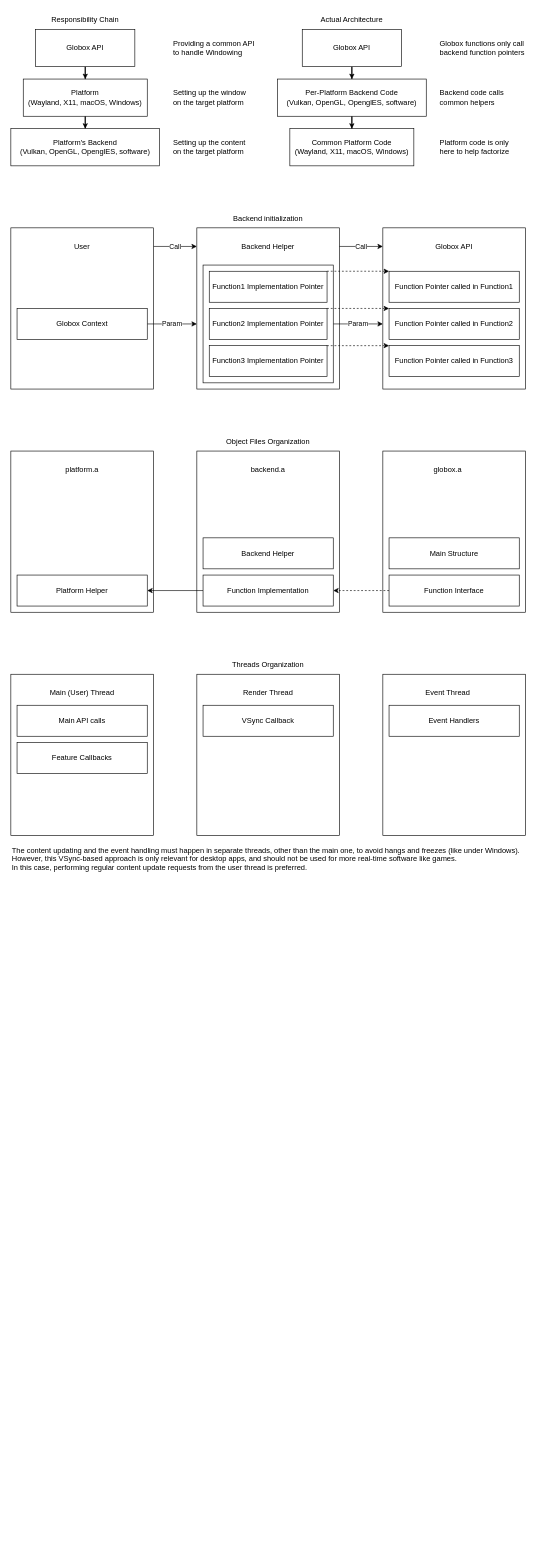
nullgemm/globuf keeps this draw.io diagram as doc/globox_design.drawio. Above is the earlier version. Source tidied: cells renumbered, new cells numbered last; positions are measured from the earlier drawing's top-left corner, leaving out a move shared by most shapes. Both pictures are drawn from the tidied source at 62%, with x=0, y=0 at pixel (11, 11).
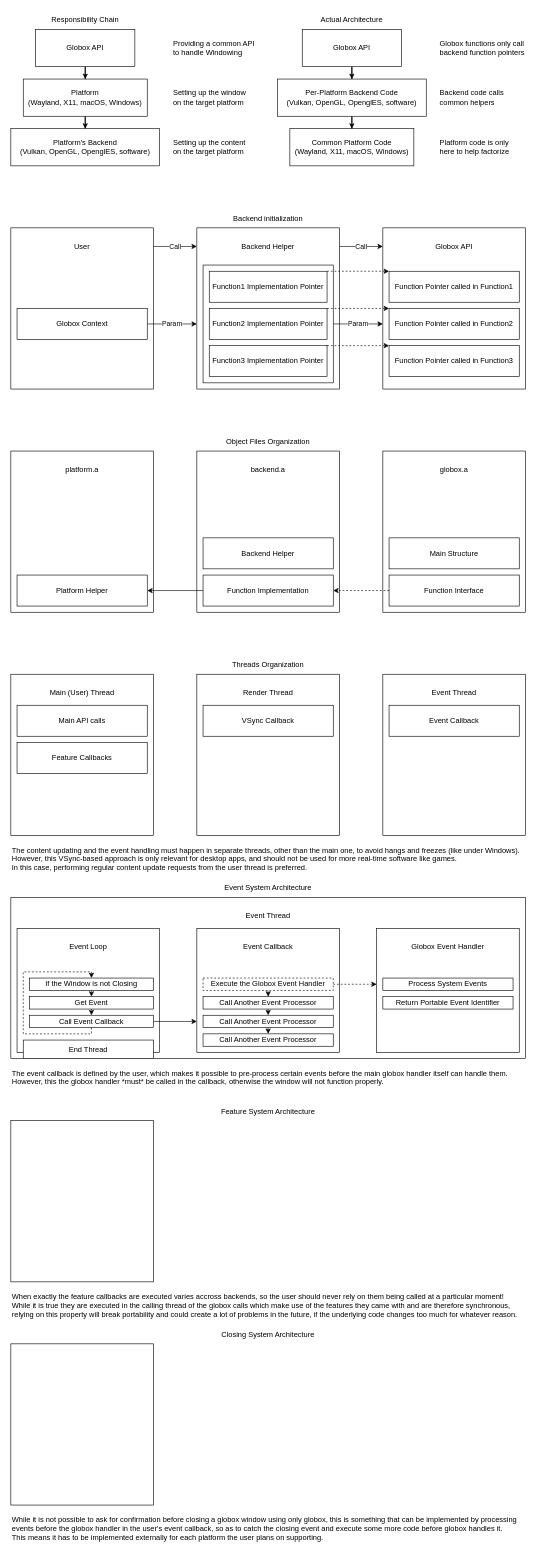
The same diagram, later.

The edit, as a diff of the source:
```diff
@@
     <mxCell id="48" value="globox.a" style="text;html=1;strokeColor=none;fillColor=none;align=center;verticalAlign=middle;whiteSpace=wrap;rounded=0;" parent="1" vertex="1">
-      <mxGeometry x="600" y="720" width="210" height="40" as="geometry" />
+      <mxGeometry x="610" y="720" width="210" height="40" as="geometry" />
     </mxCell>
@@
     <mxCell id="62" value="Event Thread" style="text;html=1;strokeColor=none;fillColor=none;align=center;verticalAlign=middle;whiteSpace=wrap;rounded=0;" parent="1" vertex="1">
-      <mxGeometry x="600" y="1080" width="210" height="40" as="geometry" />
+      <mxGeometry x="610" y="1080" width="210" height="40" as="geometry" />
     </mxCell>
@@
-    <mxCell id="65" value="Event Handlers" style="rounded=0;whiteSpace=wrap;html=1;" parent="1" vertex="1">
+    <mxCell id="65" value="Event Callback" style="rounded=0;whiteSpace=wrap;html=1;" parent="1" vertex="1">
       <mxGeometry x="610" y="1120" width="210" height="50" as="geometry" />
     </mxCell>
@@
+    <mxCell id="68" value="Event System Architecture&lt;br&gt;" style="text;html=1;strokeColor=none;fillColor=none;align=center;verticalAlign=middle;whiteSpace=wrap;rounded=0;" parent="1" vertex="1">
+      <mxGeometry y="1400" width="830" height="30" as="geometry" />
+    </mxCell>
+    <mxCell id="69" style="rounded=0;whiteSpace=wrap;html=1;" parent="1" vertex="1">
+      <mxGeometry y="1430" width="830" height="260" as="geometry" />
+    </mxCell>
+    <mxCell id="70" value="Event Thread" style="text;html=1;strokeColor=none;fillColor=none;align=center;verticalAlign=middle;whiteSpace=wrap;rounded=0;" parent="1" vertex="1">
+      <mxGeometry x="310" y="1440" width="210" height="40" as="geometry" />
+    </mxCell>
+    <mxCell id="71" style="rounded=0;whiteSpace=wrap;html=1;" parent="1" vertex="1">
+      <mxGeometry x="10" y="1480" width="230" height="200" as="geometry" />
+    </mxCell>
+    <mxCell id="72" style="edgeStyle=orthogonalEdgeStyle;rounded=0;jettySize=auto;html=1;exitX=0.5;exitY=1;exitDx=0;exitDy=0;entryX=0.5;entryY=0;entryDx=0;entryDy=0;dashed=1;" parent="1" edge="1" source="73" target="79">
+      <mxGeometry relative="1" as="geometry" />
+    </mxCell>
+    <mxCell id="73" value="If the Window is not Closing" style="rounded=0;whiteSpace=wrap;html=1;" parent="1" vertex="1">
+      <mxGeometry x="30" y="1560" width="200" height="20" as="geometry" />
+    </mxCell>
+    <mxCell id="74" value="Event Loop" style="text;html=1;strokeColor=none;fillColor=none;align=center;verticalAlign=middle;whiteSpace=wrap;rounded=0;" parent="1" vertex="1">
+      <mxGeometry x="20" y="1490" width="210" height="40" as="geometry" />
+    </mxCell>
+    <mxCell id="75" style="edgeStyle=orthogonalEdgeStyle;rounded=0;jettySize=auto;html=1;entryX=0.5;entryY=0;entryDx=0;entryDy=0;exitX=0.5;exitY=1;exitDx=0;exitDy=0;dashed=1;" parent="1" edge="1" source="77" target="73">
+      <mxGeometry relative="1" as="geometry">
+        <Array as="points">
+          <mxPoint x="130" y="1650" />
+          <mxPoint x="20" y="1650" />
+          <mxPoint x="20" y="1550" />
+          <mxPoint x="130" y="1550" />
+        </Array>
+      </mxGeometry>
+    </mxCell>
+    <mxCell id="76" style="edgeStyle=orthogonalEdgeStyle;rounded=0;jettySize=auto;html=1;exitX=1;exitY=0.5;exitDx=0;exitDy=0;" parent="1" edge="1" source="77" target="80">
+      <mxGeometry relative="1" as="geometry">
+        <Array as="points">
+          <mxPoint x="280" y="1630" />
+          <mxPoint x="280" y="1630" />
+        </Array>
+      </mxGeometry>
+    </mxCell>
+    <mxCell id="77" value="Call Event Callback" style="rounded=0;whiteSpace=wrap;html=1;" parent="1" vertex="1">
+      <mxGeometry x="30" y="1620" width="200" height="20" as="geometry" />
+    </mxCell>
+    <mxCell id="78" style="edgeStyle=orthogonalEdgeStyle;rounded=0;jettySize=auto;html=1;exitX=0.5;exitY=1;exitDx=0;exitDy=0;entryX=0.5;entryY=0;entryDx=0;entryDy=0;dashed=1;" parent="1" edge="1" source="79" target="77">
+      <mxGeometry relative="1" as="geometry" />
+    </mxCell>
+    <mxCell id="79" value="Get Event" style="rounded=0;whiteSpace=wrap;html=1;" parent="1" vertex="1">
+      <mxGeometry x="30" y="1590" width="200" height="20" as="geometry" />
+    </mxCell>
+    <mxCell id="80" style="rounded=0;whiteSpace=wrap;html=1;" parent="1" vertex="1">
+      <mxGeometry x="300" y="1480" width="230" height="200" as="geometry" />
+    </mxCell>
+    <mxCell id="81" style="rounded=0;whiteSpace=wrap;html=1;" parent="1" vertex="1">
+      <mxGeometry x="590" y="1480" width="230" height="200" as="geometry" />
+    </mxCell>
+    <mxCell id="82" value="Event Callback" style="text;html=1;strokeColor=none;fillColor=none;align=center;verticalAlign=middle;whiteSpace=wrap;rounded=0;" parent="1" vertex="1">
+      <mxGeometry x="310" y="1490" width="210" height="40" as="geometry" />
+    </mxCell>
+    <mxCell id="83" style="edgeStyle=orthogonalEdgeStyle;rounded=0;jettySize=auto;html=1;exitX=0.5;exitY=1;exitDx=0;exitDy=0;entryX=0.5;entryY=0;entryDx=0;entryDy=0;dashed=1;" parent="1" edge="1" source="85" target="87">
+      <mxGeometry relative="1" as="geometry" />
+    </mxCell>
+    <mxCell id="84" style="edgeStyle=orthogonalEdgeStyle;rounded=0;jettySize=auto;html=1;exitX=1;exitY=0.5;exitDx=0;exitDy=0;dashed=1;" parent="1" edge="1" source="85" target="81">
+      <mxGeometry relative="1" as="geometry">
+        <Array as="points">
+          <mxPoint x="570" y="1570" />
+          <mxPoint x="570" y="1570" />
+        </Array>
+      </mxGeometry>
+    </mxCell>
+    <mxCell id="85" value="Execute the Globox Event Handler" style="rounded=0;whiteSpace=wrap;html=1;dashed=1;" parent="1" vertex="1">
+      <mxGeometry x="310" y="1560" width="210" height="20" as="geometry" />
+    </mxCell>
+    <mxCell id="86" style="edgeStyle=orthogonalEdgeStyle;rounded=0;jettySize=auto;html=1;exitX=0.5;exitY=1;exitDx=0;exitDy=0;entryX=0.5;entryY=0;entryDx=0;entryDy=0;dashed=1;" parent="1" edge="1" source="87" target="89">
+      <mxGeometry relative="1" as="geometry" />
+    </mxCell>
+    <mxCell id="87" value="Call Another Event Processor" style="rounded=0;whiteSpace=wrap;html=1;" parent="1" vertex="1">
+      <mxGeometry x="310" y="1590" width="210" height="20" as="geometry" />
+    </mxCell>
+    <mxCell id="88" style="edgeStyle=orthogonalEdgeStyle;rounded=0;jettySize=auto;html=1;exitX=0.5;exitY=1;exitDx=0;exitDy=0;entryX=0.5;entryY=0;entryDx=0;entryDy=0;dashed=1;" parent="1" edge="1" source="89" target="90">
+      <mxGeometry relative="1" as="geometry" />
+    </mxCell>
+    <mxCell id="89" value="Call Another&amp;nbsp;Event Processor" style="rounded=0;whiteSpace=wrap;html=1;" parent="1" vertex="1">
+      <mxGeometry x="310" y="1620" width="210" height="20" as="geometry" />
+    </mxCell>
+    <mxCell id="90" value="Call Another&amp;nbsp;Event Processor" style="rounded=0;whiteSpace=wrap;html=1;" parent="1" vertex="1">
+      <mxGeometry x="310" y="1650" width="210" height="20" as="geometry" />
+    </mxCell>
+    <mxCell id="91" value="Globox Event Handler" style="text;html=1;strokeColor=none;fillColor=none;align=center;verticalAlign=middle;whiteSpace=wrap;rounded=0;" parent="1" vertex="1">
+      <mxGeometry x="600" y="1490" width="210" height="40" as="geometry" />
+    </mxCell>
+    <mxCell id="92" value="Process System Events" style="rounded=0;whiteSpace=wrap;html=1;" parent="1" vertex="1">
+      <mxGeometry x="600" y="1560" width="210" height="20" as="geometry" />
+    </mxCell>
+    <mxCell id="93" value="Return Portable Event Identifier" style="rounded=0;whiteSpace=wrap;html=1;" parent="1" vertex="1">
+      <mxGeometry x="600" y="1590" width="210" height="20" as="geometry" />
+    </mxCell>
+    <mxCell id="94" value="End Thread" style="rounded=0;whiteSpace=wrap;html=1;" parent="1" vertex="1">
+      <mxGeometry x="20" y="1660" width="210" height="30" as="geometry" />
+    </mxCell>
+    <mxCell id="95" value="Feature System Architecture" style="text;html=1;strokeColor=none;fillColor=none;align=center;verticalAlign=middle;whiteSpace=wrap;rounded=0;" parent="1" vertex="1">
+      <mxGeometry y="1760" width="830" height="30" as="geometry" />
+    </mxCell>
+    <mxCell id="96" style="rounded=0;whiteSpace=wrap;html=1;" parent="1" vertex="1">
+      <mxGeometry y="1790" width="230" height="260" as="geometry" />
+    </mxCell>
+    <mxCell id="97" value="Closing System Architecture" style="text;html=1;strokeColor=none;fillColor=none;align=center;verticalAlign=middle;whiteSpace=wrap;rounded=0;" parent="1" vertex="1">
+      <mxGeometry y="2120" width="830" height="30" as="geometry" />
+    </mxCell>
+    <mxCell id="98" style="rounded=0;whiteSpace=wrap;html=1;" parent="1" vertex="1">
+      <mxGeometry y="2150" width="230" height="260" as="geometry" />
+    </mxCell>
+    <mxCell id="99" value="&lt;div&gt;The event callback is defined by the user, which makes it possible to pre-process certain events before the main globox handler itself can handle them. However, this the globox handler *must* be called in the callback, otherwise the window will not function properly.&lt;/div&gt;" style="text;html=1;strokeColor=none;fillColor=none;align=left;verticalAlign=top;whiteSpace=wrap;rounded=0;" parent="1" vertex="1">
+      <mxGeometry y="1700" width="830" height="50" as="geometry" />
+    </mxCell>
+    <mxCell id="100" value="When exactly the feature callbacks are executed varies accross backends, so the user should never rely on them being called at a particular moment! While it is true they are executed in the calling thread of the globox calls which make use of the features they came with and are therefore synchronous, relying on this property will break portability and could create a lot of problems in the future, if the underlying code changes too much for whatever reason." style="text;html=1;strokeColor=none;fillColor=none;align=left;verticalAlign=top;whiteSpace=wrap;rounded=0;" parent="1" vertex="1">
+      <mxGeometry y="2060" width="820" height="50" as="geometry" />
+    </mxCell>
+    <mxCell id="101" value="While it is not possible to ask for confirmation before closing a globox window using only globox, this is something that can be implemented by processing&lt;br&gt;events before the globox handler in the user's event callback, so as to catch the closing event and execute some more code before globox handles it.&lt;br&gt;This means it has to be implemented externally for each platform the user plans on supporting." style="text;html=1;strokeColor=none;fillColor=none;align=left;verticalAlign=top;whiteSpace=wrap;rounded=0;" parent="1" vertex="1">
+      <mxGeometry y="2420" width="830" height="50" as="geometry" />
+    </mxCell>
```
